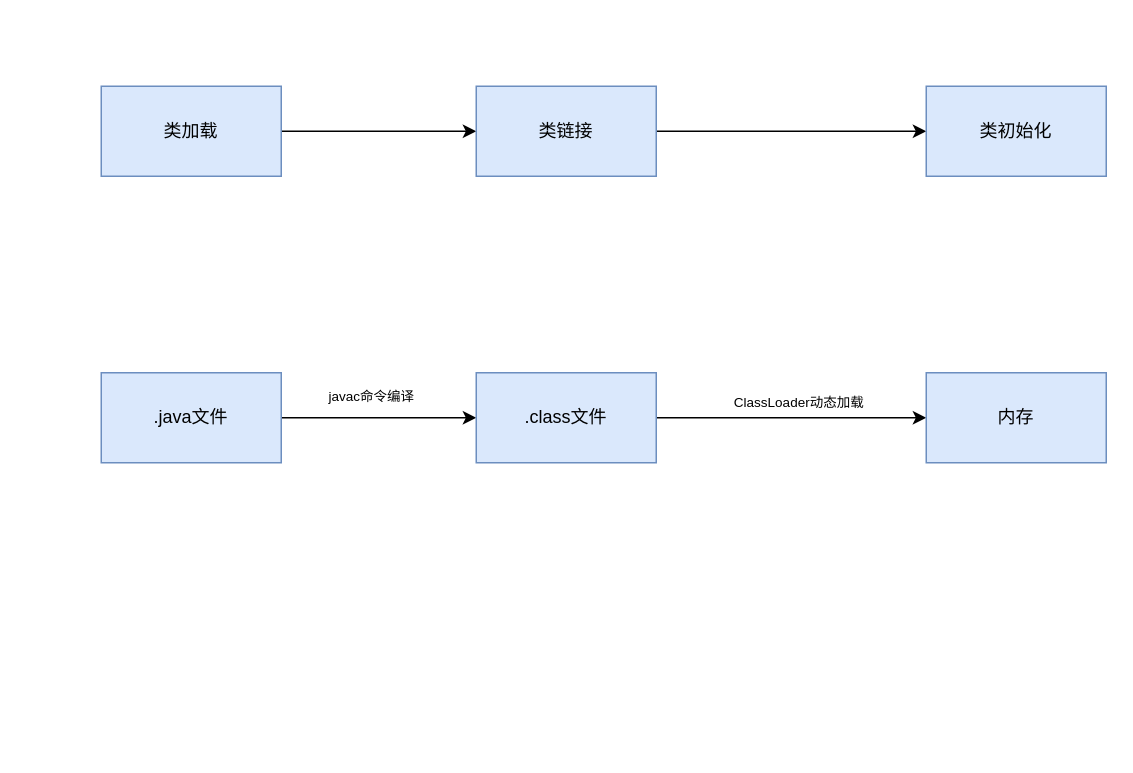
Above: java基础.drawio in uldh/drawio_public (draw.io), before the change. Source tidied: cells renumbered, new cells numbered last; positions are measured from the earlier drawing's top-left corner, leaving out a move shared by most shapes. Both pictures are drawn from the tidied source at 150%, with x=0, y=0 at pixel (100, 86).
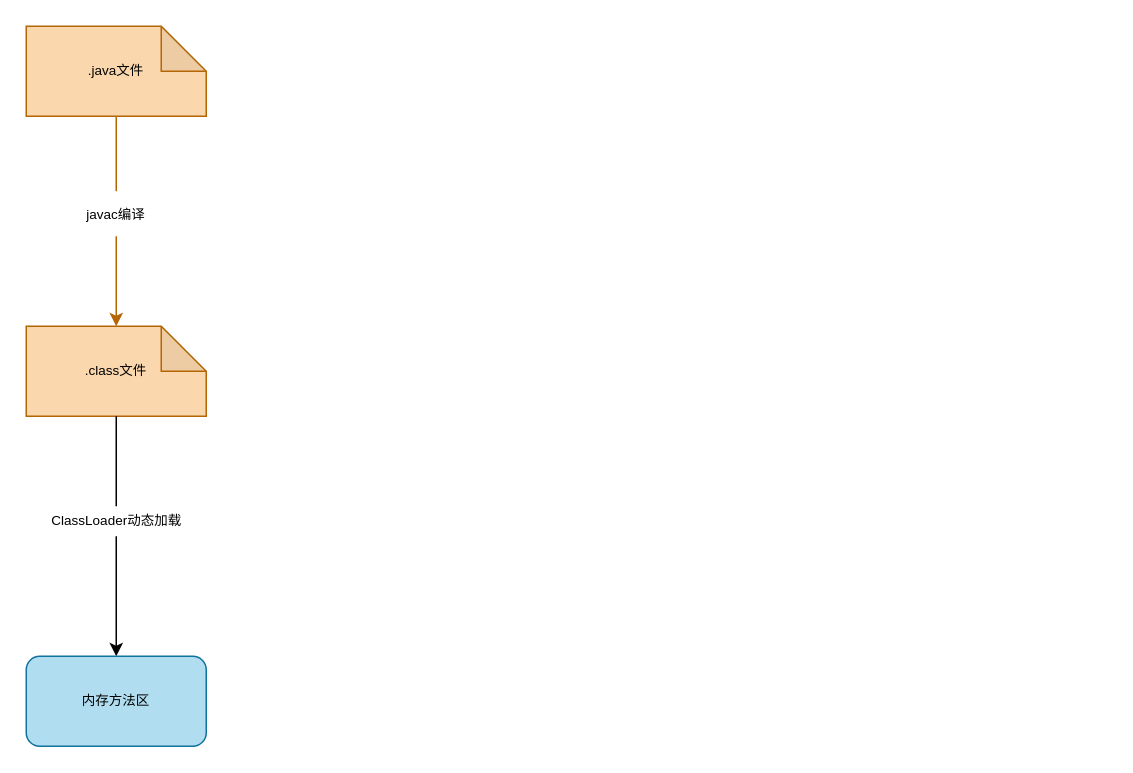
The same page after the edit.

Diff of the diagram source:
```diff
@@
 <mxGraphModel>
   <root>
     <mxCell id="0" />
     <mxCell id="1" parent="0" />
-    <mxCell id="2" style="edgeStyle=orthogonalEdgeStyle;rounded=0;jettySize=auto;html=1;" parent="1" edge="1" source="3" target="5">
+    <mxCell id="2" style="edgeStyle=orthogonalEdgeStyle;rounded=0;jettySize=auto;html=1;startArrow=none;fillColor=#fad7ac;strokeColor=#b46504;" parent="1" edge="1" source="6" target="5">
       <mxGeometry relative="1" as="geometry" />
     </mxCell>
-    <mxCell id="3" value=".java文件" style="rounded=0;whiteSpace=wrap;html=1;fillColor=#dae8fc;strokeColor=#6c8ebf;" parent="1" vertex="1">
-      <mxGeometry y="191" width="120" height="60" as="geometry" />
+    <mxCell id="3" value=".java文件" style="shape=note;whiteSpace=wrap;html=1;backgroundOutline=1;darkOpacity=0.05;labelBackgroundColor=none;fontSize=9;fillColor=#fad7ac;strokeColor=#b46504;" parent="1" vertex="1">
+      <mxGeometry x="-50" y="-40" width="120" height="60" as="geometry" />
     </mxCell>
-    <mxCell id="4" style="edgeStyle=orthogonalEdgeStyle;jettySize=auto;html=1;fontSize=9;fontColor=#000000;" parent="1" edge="1" source="5" target="7">
+    <mxCell id="4" style="edgeStyle=orthogonalEdgeStyle;jettySize=auto;html=1;fontSize=9;fontColor=#000000;startArrow=none;" parent="1" edge="1" source="8" target="7">
       <mxGeometry relative="1" as="geometry" />
     </mxCell>
-    <mxCell id="5" value=".class文件" style="rounded=0;whiteSpace=wrap;html=1;fillColor=#dae8fc;strokeColor=#6c8ebf;" parent="1" vertex="1">
-      <mxGeometry x="250" y="191" width="120" height="60" as="geometry" />
+    <mxCell id="5" value=".class文件" style="shape=note;whiteSpace=wrap;html=1;backgroundOutline=1;darkOpacity=0.05;labelBackgroundColor=none;fontSize=9;fillColor=#fad7ac;strokeColor=#b46504;" parent="1" vertex="1">
+      <mxGeometry x="-50" y="160" width="120" height="60" as="geometry" />
     </mxCell>
-    <mxCell id="6" value="&lt;font style=&quot;font-size: 9px;&quot;&gt;&lt;span style=&quot;caret-color: rgba(255, 255, 255, 0.78); font-family: &amp;quot;Songti SC&amp;quot;;&quot;&gt;javac命令&lt;/span&gt;编译&lt;/font&gt;" style="text;html=1;strokeColor=none;fillColor=none;align=left;verticalAlign=middle;whiteSpace=wrap;rounded=0;" parent="1" vertex="1">
-      <mxGeometry x="150" y="191" width="60" height="30" as="geometry" />
-    </mxCell>
-    <mxCell id="7" value="内存" style="rounded=0;whiteSpace=wrap;html=1;fillColor=#dae8fc;strokeColor=#6c8ebf;" parent="1" vertex="1">
-      <mxGeometry x="550" y="191" width="120" height="60" as="geometry" />
+    <mxCell id="7" value="内存方法区" style="rounded=1;whiteSpace=wrap;html=1;fontFamily=Helvetica;fontSize=9;fillColor=#b1ddf0;strokeColor=#10739e;" parent="1" vertex="1">
+      <mxGeometry x="-50" y="380" width="120" height="60" as="geometry" />
     </mxCell>
     <mxCell id="8" value="ClassLoader动态加载&lt;br&gt;" style="text;html=1;align=center;verticalAlign=middle;points=[];strokeColor=none;fillColor=none;fontSize=9;fontColor=#000000;" parent="1" vertex="1">
-      <mxGeometry x="410" y="201" width="110" height="20" as="geometry" />
+      <mxGeometry x="-45" y="280" width="110" height="20" as="geometry" />
     </mxCell>
-    <mxCell id="9" style="edgeStyle=orthogonalEdgeStyle;rounded=0;jettySize=auto;html=1;" parent="1" edge="1" source="10" target="12">
-      <mxGeometry relative="1" as="geometry" />
-    </mxCell>
-    <mxCell id="10" value="类加载" style="rounded=0;whiteSpace=wrap;html=1;fillColor=#dae8fc;strokeColor=#6c8ebf;" parent="1" vertex="1">
-      <mxGeometry width="120" height="60" as="geometry" />
-    </mxCell>
-    <mxCell id="11" style="edgeStyle=orthogonalEdgeStyle;jettySize=auto;html=1;fontSize=9;fontColor=#000000;" parent="1" edge="1" source="12" target="13">
-      <mxGeometry relative="1" as="geometry" />
-    </mxCell>
-    <mxCell id="12" value="类链接" style="rounded=0;whiteSpace=wrap;html=1;fillColor=#dae8fc;strokeColor=#6c8ebf;" parent="1" vertex="1">
-      <mxGeometry x="250" width="120" height="60" as="geometry" />
-    </mxCell>
-    <mxCell id="13" value="类初始化" style="rounded=0;whiteSpace=wrap;html=1;fillColor=#dae8fc;strokeColor=#6c8ebf;" parent="1" vertex="1">
-      <mxGeometry x="550" width="120" height="60" as="geometry" />
-    </mxCell>
+    <mxCell id="14" style="edgeStyle=orthogonalEdgeStyle;jettySize=auto;html=1;fontSize=9;fontColor=#000000;endArrow=none;" parent="1" edge="1" source="5" target="8">
+      <mxGeometry relative="1" as="geometry" />
+    </mxCell>
+    <mxCell id="6" value="&lt;font style=&quot;font-size: 9px;&quot;&gt;&lt;span style=&quot;caret-color: rgba(255, 255, 255, 0.78); font-family: &amp;quot;Songti SC&amp;quot;;&quot;&gt;javac&lt;/span&gt;编译&lt;/font&gt;" style="text;html=1;strokeColor=none;fillColor=none;align=center;verticalAlign=middle;whiteSpace=wrap;rounded=0;" parent="1" vertex="1">
+      <mxGeometry x="-20" y="70" width="60" height="30" as="geometry" />
+    </mxCell>
+    <mxCell id="15" style="edgeStyle=orthogonalEdgeStyle;rounded=0;jettySize=auto;html=1;endArrow=none;fillColor=#fad7ac;strokeColor=#b46504;" parent="1" edge="1" source="3" target="6">
+      <mxGeometry relative="1" as="geometry" />
+    </mxCell>
   </root>
 </mxGraphModel>
```
